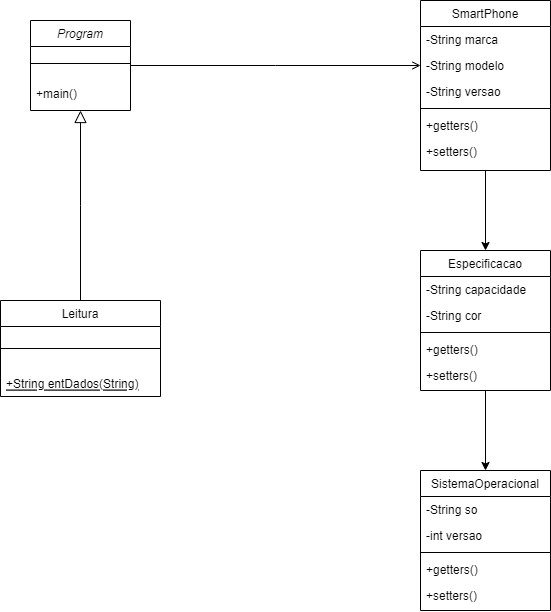
This is Diagrama sem nome.drawio.png from Kio-Suzuki/Programacao-Orientada-a-Objetos, a draw.io export, as it was before one commit. Source tidied: cells renumbered, new cells last; positions are measured from the earlier drawing's top-left corner, leaving out a move shared by most shapes.
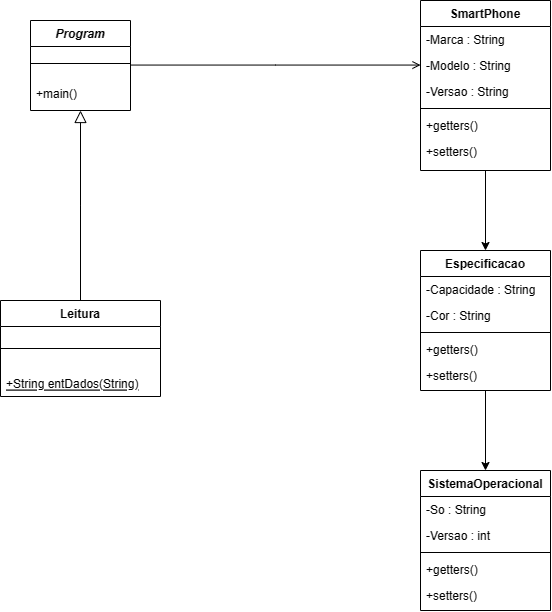
After the commit.

The edit, as a diff of the source:
```diff
@@ -2,7 +2,7 @@
   <root>
     <mxCell id="0" />
     <mxCell id="1" parent="0" />
-    <mxCell id="2" value="Program&#10;" style="swimlane;fontStyle=2;align=center;verticalAlign=top;horizontal=1;startSize=26;rounded=0;shadow=0;strokeWidth=1;" parent="1" vertex="1">
+    <mxCell id="2" value="Program&#10;" style="swimlane;fontStyle=3;align=center;verticalAlign=top;horizontal=1;startSize=26;rounded=0;shadow=0;strokeWidth=1;" parent="1" vertex="1">
       <mxGeometry x="30" y="20" width="100" height="90" as="geometry" />
     </mxCell>
     <mxCell id="3" style="line;html=1;strokeWidth=1;align=left;verticalAlign=middle;spacingTop=-1;spacingLeft=3;spacingRight=3;labelPosition=right;" parent="2" vertex="1">
@@ -11,7 +11,7 @@
     <mxCell id="4" value="+main()" style="text;align=left;verticalAlign=top;spacingLeft=4;spacingRight=4;overflow=hidden;" parent="2" vertex="1">
       <mxGeometry y="60" width="100" height="30" as="geometry" />
     </mxCell>
-    <mxCell id="5" value="Leitura" style="swimlane;fontStyle=0;align=center;verticalAlign=top;horizontal=1;startSize=26;rounded=0;shadow=0;strokeWidth=1;" parent="1" vertex="1">
+    <mxCell id="5" value="Leitura" style="swimlane;fontStyle=1;align=center;verticalAlign=top;horizontal=1;startSize=26;rounded=0;shadow=0;strokeWidth=1;" parent="1" vertex="1">
       <mxGeometry y="300" width="160" height="96" as="geometry" />
     </mxCell>
     <mxCell id="6" style="line;html=1;strokeWidth=1;align=left;verticalAlign=middle;spacingTop=-1;spacingLeft=3;spacingRight=3;labelPosition=right;" parent="5" vertex="1">
@@ -26,16 +26,16 @@
     <mxCell id="9" style="edgeStyle=orthogonalEdgeStyle;rounded=0;jettySize=auto;html=1;" parent="1" edge="1" source="10" target="19">
       <mxGeometry relative="1" as="geometry" />
     </mxCell>
-    <mxCell id="10" value="SmartPhone" style="swimlane;fontStyle=0;align=center;verticalAlign=top;horizontal=1;startSize=26;rounded=0;shadow=0;strokeWidth=1;" parent="1" vertex="1">
+    <mxCell id="10" value="SmartPhone" style="swimlane;fontStyle=1;align=center;verticalAlign=top;horizontal=1;startSize=26;rounded=0;shadow=0;strokeWidth=1;" parent="1" vertex="1">
       <mxGeometry x="420" width="130" height="170" as="geometry" />
     </mxCell>
-    <mxCell id="11" value="-String marca" style="text;align=left;verticalAlign=top;spacingLeft=4;spacingRight=4;overflow=hidden;" parent="10" vertex="1">
+    <mxCell id="11" value="-Marca : String" style="text;align=left;verticalAlign=top;spacingLeft=4;spacingRight=4;overflow=hidden;" parent="10" vertex="1">
       <mxGeometry y="26" width="130" height="26" as="geometry" />
     </mxCell>
-    <mxCell id="12" value="-String modelo" style="text;align=left;verticalAlign=top;spacingLeft=4;spacingRight=4;overflow=hidden;rounded=0;shadow=0;html=0;" parent="10" vertex="1">
+    <mxCell id="12" value="-Modelo : String" style="text;align=left;verticalAlign=top;spacingLeft=4;spacingRight=4;overflow=hidden;rounded=0;shadow=0;html=0;" parent="10" vertex="1">
       <mxGeometry y="52" width="130" height="26" as="geometry" />
     </mxCell>
-    <mxCell id="13" value="-String versao" style="text;align=left;verticalAlign=top;spacingLeft=4;spacingRight=4;overflow=hidden;rounded=0;shadow=0;html=0;" parent="10" vertex="1">
+    <mxCell id="13" value="-Versao : String" style="text;align=left;verticalAlign=top;spacingLeft=4;spacingRight=4;overflow=hidden;rounded=0;shadow=0;html=0;" parent="10" vertex="1">
       <mxGeometry y="78" width="130" height="26" as="geometry" />
     </mxCell>
     <mxCell id="14" style="line;html=1;strokeWidth=1;align=left;verticalAlign=middle;spacingTop=-1;spacingLeft=3;spacingRight=3;labelPosition=right;" parent="10" vertex="1">
@@ -55,13 +55,13 @@
     <mxCell id="18" style="edgeStyle=orthogonalEdgeStyle;rounded=0;jettySize=auto;html=1;" parent="1" edge="1" source="19" target="25">
       <mxGeometry relative="1" as="geometry" />
     </mxCell>
-    <mxCell id="19" value="Especificacao" style="swimlane;fontStyle=0;align=center;verticalAlign=top;horizontal=1;startSize=26;rounded=0;shadow=0;strokeWidth=1;" parent="1" vertex="1">
+    <mxCell id="19" value="Especificacao" style="swimlane;fontStyle=1;align=center;verticalAlign=top;horizontal=1;startSize=26;rounded=0;shadow=0;strokeWidth=1;" parent="1" vertex="1">
       <mxGeometry x="420" y="250" width="130" height="140" as="geometry" />
     </mxCell>
-    <mxCell id="20" value="-String capacidade" style="text;align=left;verticalAlign=top;spacingLeft=4;spacingRight=4;overflow=hidden;" parent="19" vertex="1">
+    <mxCell id="20" value="-Capacidade : String" style="text;align=left;verticalAlign=top;spacingLeft=4;spacingRight=4;overflow=hidden;" parent="19" vertex="1">
       <mxGeometry y="26" width="130" height="26" as="geometry" />
     </mxCell>
-    <mxCell id="21" value="-String cor" style="text;align=left;verticalAlign=top;spacingLeft=4;spacingRight=4;overflow=hidden;rounded=0;shadow=0;html=0;" parent="19" vertex="1">
+    <mxCell id="21" value="-Cor : String" style="text;align=left;verticalAlign=top;spacingLeft=4;spacingRight=4;overflow=hidden;rounded=0;shadow=0;html=0;" parent="19" vertex="1">
       <mxGeometry y="52" width="130" height="26" as="geometry" />
     </mxCell>
     <mxCell id="22" style="line;html=1;strokeWidth=1;align=left;verticalAlign=middle;spacingTop=-1;spacingLeft=3;spacingRight=3;labelPosition=right;" parent="19" vertex="1">
@@ -73,13 +73,13 @@
     <mxCell id="24" value="+setters()" style="text;align=left;verticalAlign=top;spacingLeft=4;spacingRight=4;overflow=hidden;" parent="19" vertex="1">
       <mxGeometry y="112" width="130" height="26" as="geometry" />
     </mxCell>
-    <mxCell id="25" value="SistemaOperacional" style="swimlane;fontStyle=0;align=center;verticalAlign=top;horizontal=1;startSize=26;rounded=0;shadow=0;strokeWidth=1;" parent="1" vertex="1">
+    <mxCell id="25" value="SistemaOperacional" style="swimlane;fontStyle=1;align=center;verticalAlign=top;horizontal=1;startSize=26;rounded=0;shadow=0;strokeWidth=1;" parent="1" vertex="1">
       <mxGeometry x="420" y="470" width="130" height="140" as="geometry" />
     </mxCell>
-    <mxCell id="26" value="-String so" style="text;align=left;verticalAlign=top;spacingLeft=4;spacingRight=4;overflow=hidden;" parent="25" vertex="1">
+    <mxCell id="26" value="-So : String" style="text;align=left;verticalAlign=top;spacingLeft=4;spacingRight=4;overflow=hidden;" parent="25" vertex="1">
       <mxGeometry y="26" width="130" height="26" as="geometry" />
     </mxCell>
-    <mxCell id="27" value="-int versao" style="text;align=left;verticalAlign=top;spacingLeft=4;spacingRight=4;overflow=hidden;rounded=0;shadow=0;html=0;" parent="25" vertex="1">
+    <mxCell id="27" value="-Versao : int" style="text;align=left;verticalAlign=top;spacingLeft=4;spacingRight=4;overflow=hidden;rounded=0;shadow=0;html=0;" parent="25" vertex="1">
       <mxGeometry y="52" width="130" height="26" as="geometry" />
     </mxCell>
     <mxCell id="28" style="line;html=1;strokeWidth=1;align=left;verticalAlign=middle;spacingTop=-1;spacingLeft=3;spacingRight=3;labelPosition=right;" parent="25" vertex="1">
```
